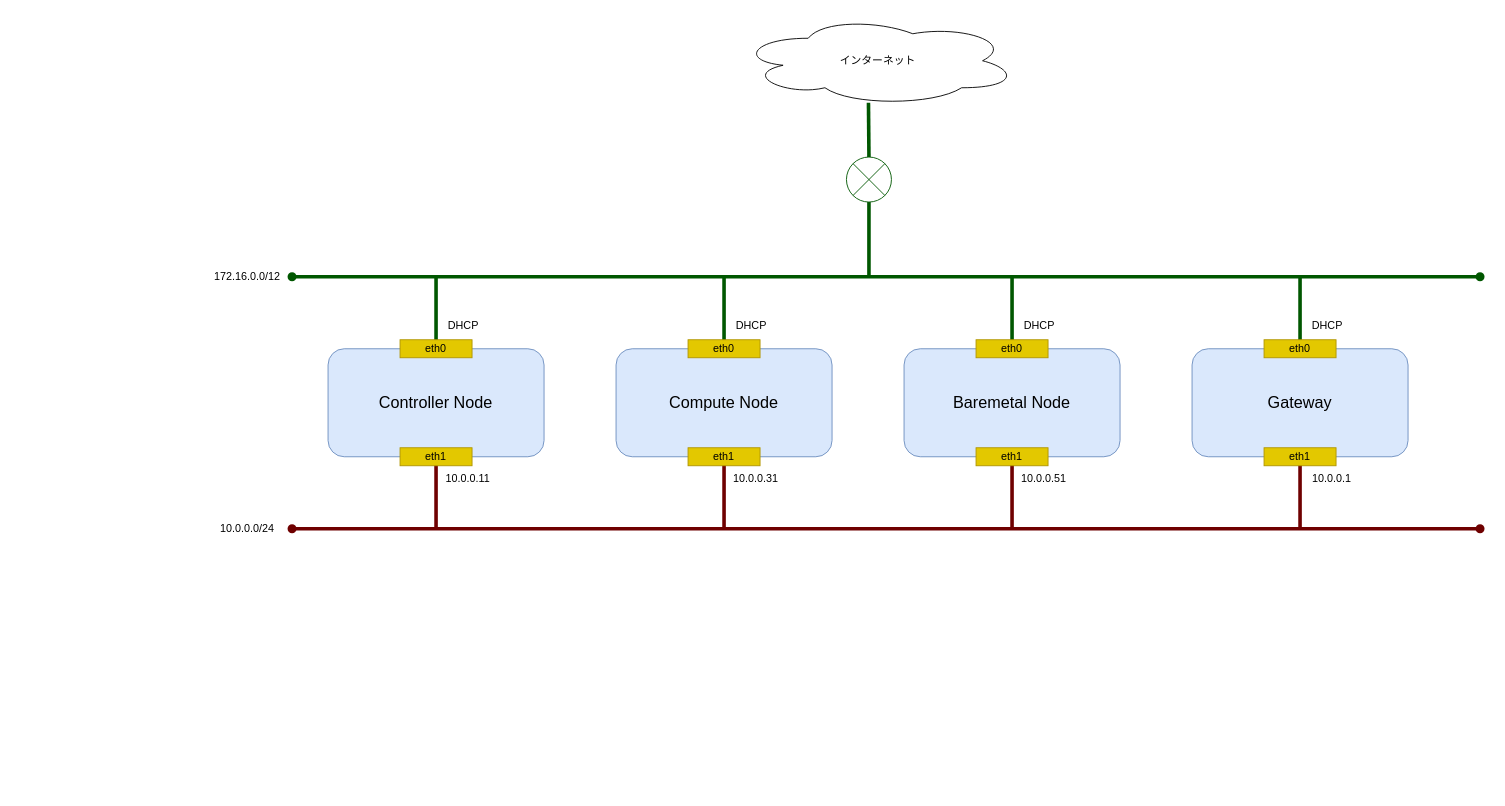
9506hqwy/openstack_study_notes keeps this draw.io diagram as _static/image/network_diagram.drawio. Above is the earlier version. Source tidied: cells renumbered, new cells numbered last; positions are measured from the earlier drawing's top-left corner, leaving out a move shared by most shapes. Both pictures are drawn from the tidied source at 90%, with x=0, y=0 at pixel (202, 15).
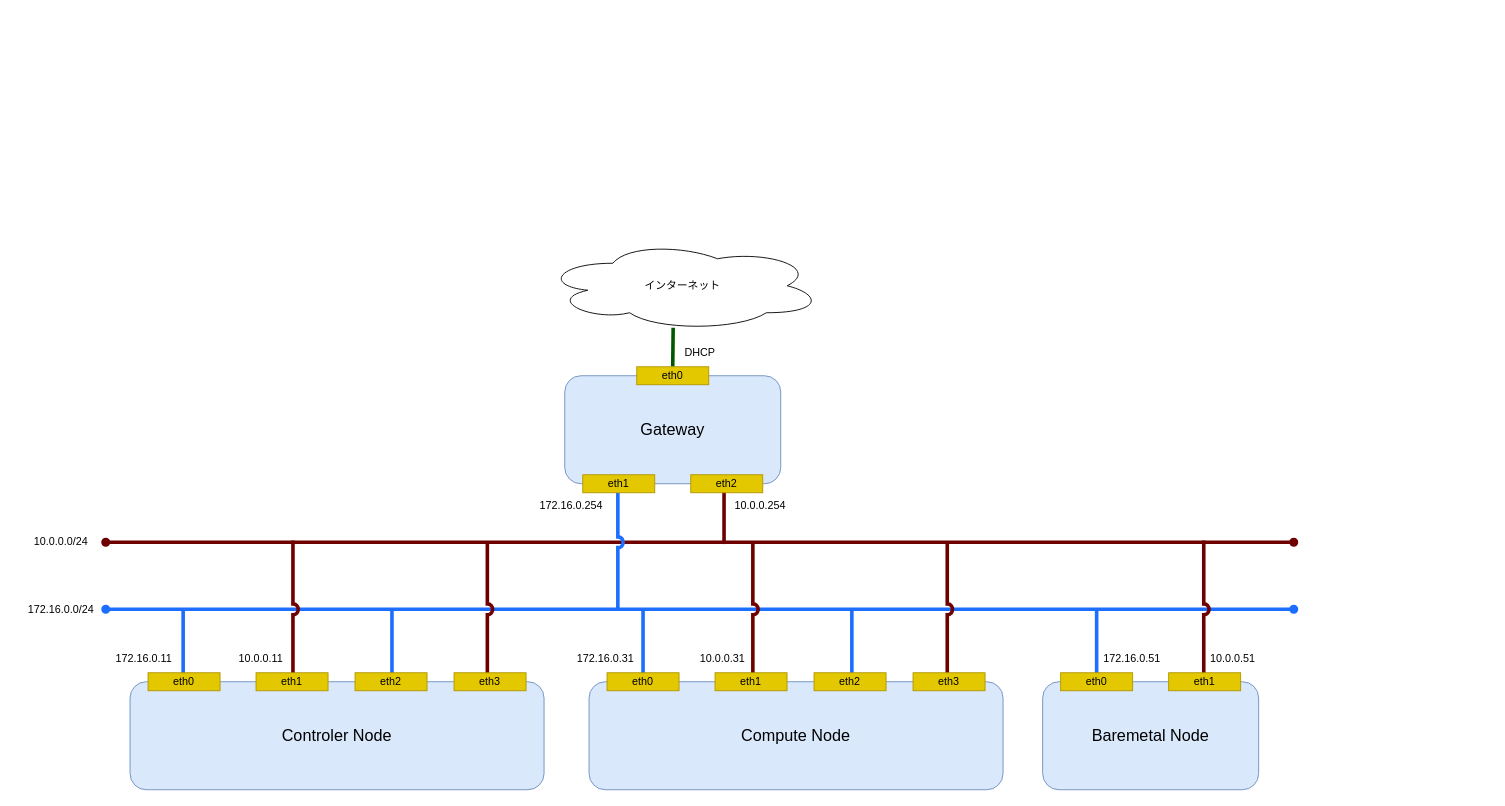
After the change.

Diff of the diagram source:
```diff
@@
     <mxCell id="2" style="endArrow=oval;html=1;rounded=0;startArrow=oval;startFill=1;endFill=1;strokeWidth=4;fillColor=#a20025;strokeColor=#6F0000;" parent="1" edge="1">
       <mxGeometry relative="1" as="geometry">
-        <mxPoint x="100" y="570" as="sourcePoint" />
-        <mxPoint x="1420" y="570" as="targetPoint" />
+        <mxPoint x="-107" y="585" as="sourcePoint" />
+        <mxPoint x="1213" y="585" as="targetPoint" />
       </mxGeometry>
     </mxCell>
-    <mxCell id="3" style="endArrow=oval;html=1;rounded=0;startArrow=oval;startFill=1;endFill=1;strokeWidth=4;fillColor=#008a00;strokeColor=#005700;" parent="1" edge="1">
-      <mxGeometry relative="1" as="geometry">
-        <mxPoint x="100" y="290" as="sourcePoint" />
-        <mxPoint x="1420" y="290" as="targetPoint" />
-      </mxGeometry>
-    </mxCell>
-    <mxCell id="4" value="172.16.0.0/12" style="text;html=1;align=center;verticalAlign=middle;strokeColor=none;fillColor=none;" parent="1" vertex="1">
-      <mxGeometry y="275" width="100" height="30" as="geometry" />
-    </mxCell>
     <mxCell id="5" value="10.0.0.0/24" style="text;html=1;align=center;verticalAlign=middle;strokeColor=none;fillColor=none;" parent="1" vertex="1">
-      <mxGeometry x="10" y="555" width="80" height="30" as="geometry" />
+      <mxGeometry x="-197" y="570" width="80" height="30" as="geometry" />
     </mxCell>
     <mxCell id="6" value="インターネット" style="ellipse;shape=cloud;whiteSpace=wrap;html=1;" parent="1" vertex="1">
-      <mxGeometry x="596" width="310" height="100" as="geometry" />
+      <mxGeometry x="379" y="250" width="310" height="100" as="geometry" />
     </mxCell>
-    <mxCell id="7" style="group;" parent="1" vertex="1">
-      <mxGeometry x="716" y="157" width="50" height="50" as="geometry" />
-    </mxCell>
-    <mxCell id="8" style="ellipse;whiteSpace=wrap;html=1;fillColor=none;fontColor=#ffffff;strokeColor=#005700;" parent="7" vertex="1">
-      <mxGeometry width="50" height="50" as="geometry" />
-    </mxCell>
-    <mxCell id="9" style="endArrow=none;html=1;rounded=0;exitX=0;exitY=1;exitDx=0;exitDy=0;entryX=1;entryY=0;entryDx=0;entryDy=0;fillColor=#008a00;strokeColor=#005700;" parent="7" edge="1" source="8" target="8">
-      <mxGeometry relative="1" as="geometry" />
-    </mxCell>
-    <mxCell id="10" style="endArrow=none;html=1;rounded=0;exitX=0;exitY=0;exitDx=0;exitDy=0;entryX=1;entryY=1;entryDx=0;entryDy=0;fillColor=#008a00;strokeColor=#005700;" parent="7" edge="1" source="8" target="8">
-      <mxGeometry relative="1" as="geometry" />
-    </mxCell>
-    <mxCell id="11" style="endArrow=none;html=1;rounded=0;startArrow=none;startFill=0;endFill=0;strokeWidth=4;fillColor=#008a00;strokeColor=#005700;exitX=0.5;exitY=1;exitDx=0;exitDy=0;" parent="1" edge="1" source="8">
-      <mxGeometry relative="1" as="geometry">
-        <mxPoint x="741" y="290" as="targetPoint" />
-      </mxGeometry>
-    </mxCell>
-    <mxCell id="12" style="endArrow=none;html=1;rounded=0;startArrow=none;startFill=0;endFill=0;strokeWidth=4;fillColor=#008a00;strokeColor=#005700;exitX=0.466;exitY=0.967;exitDx=0;exitDy=0;entryX=0.5;entryY=0;entryDx=0;entryDy=0;exitPerimeter=0;" parent="1" edge="1" source="6" target="8">
+    <mxCell id="12" style="endArrow=none;html=1;rounded=0;startArrow=none;startFill=0;endFill=0;strokeWidth=4;fillColor=#008a00;strokeColor=#005700;exitX=0.466;exitY=0.967;exitDx=0;exitDy=0;entryX=0.5;entryY=0;entryDx=0;entryDy=0;exitPerimeter=0;" parent="1" edge="1" source="6" target="27">
       <mxGeometry relative="1" as="geometry" />
     </mxCell>
-    <mxCell id="13" style="endArrow=none;html=1;rounded=0;startArrow=none;startFill=0;endFill=0;strokeWidth=4;fillColor=#008a00;strokeColor=#005700;exitX=0.5;exitY=1;exitDx=0;exitDy=0;" parent="1" edge="1">
-      <mxGeometry relative="1" as="geometry">
-        <mxPoint x="580" y="290" as="sourcePoint" />
-        <mxPoint x="580" y="370" as="targetPoint" />
-      </mxGeometry>
-    </mxCell>
-    <mxCell id="14" style="endArrow=none;html=1;rounded=0;startArrow=none;startFill=0;endFill=0;strokeWidth=4;fillColor=#008a00;strokeColor=#005700;exitX=0.5;exitY=1;exitDx=0;exitDy=0;" parent="1" edge="1">
-      <mxGeometry relative="1" as="geometry">
-        <mxPoint x="900" y="290" as="sourcePoint" />
-        <mxPoint x="900" y="370" as="targetPoint" />
-      </mxGeometry>
-    </mxCell>
-    <mxCell id="15" style="endArrow=none;html=1;rounded=0;startArrow=none;startFill=0;endFill=0;strokeWidth=4;fillColor=#008a00;strokeColor=#005700;exitX=0.5;exitY=1;exitDx=0;exitDy=0;" parent="1" edge="1">
-      <mxGeometry relative="1" as="geometry">
-        <mxPoint x="1220" y="290" as="sourcePoint" />
-        <mxPoint x="1220" y="370" as="targetPoint" />
-      </mxGeometry>
-    </mxCell>
-    <mxCell id="16" style="endArrow=none;html=1;rounded=0;startArrow=none;startFill=0;endFill=0;strokeWidth=4;fillColor=#a20025;strokeColor=#6F0000;exitX=0.5;exitY=1;exitDx=0;exitDy=0;" parent="1" edge="1">
-      <mxGeometry relative="1" as="geometry">
-        <mxPoint x="1220" y="490" as="sourcePoint" />
-        <mxPoint x="1220" y="570" as="targetPoint" />
-      </mxGeometry>
-    </mxCell>
-    <mxCell id="17" style="endArrow=none;html=1;rounded=0;startArrow=none;startFill=0;endFill=0;strokeWidth=4;fillColor=#a20025;strokeColor=#6F0000;exitX=0.5;exitY=1;exitDx=0;exitDy=0;" parent="1" edge="1">
-      <mxGeometry relative="1" as="geometry">
-        <mxPoint x="900" y="490" as="sourcePoint" />
-        <mxPoint x="900" y="570" as="targetPoint" />
-      </mxGeometry>
-    </mxCell>
-    <mxCell id="18" style="endArrow=none;html=1;rounded=0;startArrow=none;startFill=0;endFill=0;strokeWidth=4;fillColor=#a20025;strokeColor=#6F0000;exitX=0.5;exitY=1;exitDx=0;exitDy=0;" parent="1" edge="1">
-      <mxGeometry relative="1" as="geometry">
-        <mxPoint x="580" y="490" as="sourcePoint" />
-        <mxPoint x="580" y="570" as="targetPoint" />
-      </mxGeometry>
-    </mxCell>
-    <mxCell id="19" style="endArrow=none;html=1;rounded=0;startArrow=none;startFill=0;endFill=0;strokeWidth=4;fillColor=#008a00;strokeColor=#005700;exitX=0.5;exitY=1;exitDx=0;exitDy=0;" parent="1" edge="1">
-      <mxGeometry relative="1" as="geometry">
-        <mxPoint x="260" y="290" as="sourcePoint" />
-        <mxPoint x="260" y="370" as="targetPoint" />
-      </mxGeometry>
-    </mxCell>
-    <mxCell id="20" style="endArrow=none;html=1;rounded=0;startArrow=none;startFill=0;endFill=0;strokeWidth=4;fillColor=#a20025;strokeColor=#6F0000;exitX=0.5;exitY=1;exitDx=0;exitDy=0;" parent="1" edge="1">
-      <mxGeometry relative="1" as="geometry">
-        <mxPoint x="260" y="490" as="sourcePoint" />
-        <mxPoint x="260" y="570" as="targetPoint" />
-      </mxGeometry>
-    </mxCell>
+    <mxCell id="42" style="endArrow=oval;html=1;rounded=0;startArrow=oval;startFill=1;endFill=1;strokeWidth=4;fillColor=#a20025;strokeColor=#1C6EFF;" parent="1" edge="1">
+      <mxGeometry relative="1" as="geometry">
+        <mxPoint x="-107" y="659.5" as="sourcePoint" />
+        <mxPoint x="1213" y="659.5" as="targetPoint" />
+      </mxGeometry>
+    </mxCell>
+    <mxCell id="43" value="172.16.0.0/24" style="text;html=1;align=center;verticalAlign=middle;strokeColor=none;fillColor=none;" parent="1" vertex="1">
+      <mxGeometry x="-207" y="645" width="100" height="30" as="geometry" />
+    </mxCell>
+    <mxCell id="44" style="endArrow=none;html=1;rounded=0;startArrow=none;startFill=0;endFill=0;strokeWidth=4;fillColor=#a20025;strokeColor=#1C6EFF;jumpStyle=arc;" parent="1" edge="1">
+      <mxGeometry relative="1" as="geometry">
+        <mxPoint x="462" y="530" as="sourcePoint" />
+        <mxPoint x="462" y="660" as="targetPoint" />
+      </mxGeometry>
+    </mxCell>
+    <mxCell id="45" style="endArrow=none;html=1;rounded=0;startArrow=none;startFill=0;endFill=0;strokeWidth=4;fillColor=#a20025;strokeColor=#6F0000;jumpStyle=arc;" parent="1" edge="1">
+      <mxGeometry relative="1" as="geometry">
+        <mxPoint x="580" y="524" as="sourcePoint" />
+        <mxPoint x="580" y="587" as="targetPoint" />
+      </mxGeometry>
+    </mxCell>
+    <mxCell id="46" style="endArrow=none;html=1;rounded=0;startArrow=none;startFill=0;endFill=0;strokeWidth=4;fillColor=#a20025;strokeColor=#1C6EFF;jumpStyle=arc;" parent="1" edge="1">
+      <mxGeometry relative="1" as="geometry">
+        <mxPoint x="-21" y="660" as="sourcePoint" />
+        <mxPoint x="-21" y="740" as="targetPoint" />
+      </mxGeometry>
+    </mxCell>
+    <mxCell id="47" style="endArrow=none;html=1;rounded=0;startArrow=none;startFill=0;endFill=0;strokeWidth=4;fillColor=#a20025;strokeColor=#1C6EFF;jumpStyle=arc;" parent="1" edge="1">
+      <mxGeometry relative="1" as="geometry">
+        <mxPoint x="211" y="660" as="sourcePoint" />
+        <mxPoint x="211" y="740" as="targetPoint" />
+      </mxGeometry>
+    </mxCell>
+    <mxCell id="48" style="endArrow=none;html=1;rounded=0;startArrow=none;startFill=0;endFill=0;strokeWidth=4;fillColor=#a20025;strokeColor=#6F0000;jumpStyle=arc;" parent="1" edge="1">
+      <mxGeometry relative="1" as="geometry">
+        <mxPoint x="317" y="586" as="sourcePoint" />
+        <mxPoint x="317" y="740" as="targetPoint" />
+      </mxGeometry>
+    </mxCell>
+    <mxCell id="49" style="endArrow=none;html=1;rounded=0;startArrow=none;startFill=0;endFill=0;strokeWidth=4;fillColor=#a20025;strokeColor=#6F0000;jumpStyle=arc;" parent="1" edge="1">
+      <mxGeometry relative="1" as="geometry">
+        <mxPoint x="101" y="583" as="sourcePoint" />
+        <mxPoint x="101" y="737" as="targetPoint" />
+      </mxGeometry>
+    </mxCell>
+    <mxCell id="50" style="endArrow=none;html=1;rounded=0;startArrow=none;startFill=0;endFill=0;strokeWidth=4;fillColor=#a20025;strokeColor=#1C6EFF;jumpStyle=arc;" parent="1" edge="1">
+      <mxGeometry relative="1" as="geometry">
+        <mxPoint x="490" y="658.5" as="sourcePoint" />
+        <mxPoint x="490" y="738.5" as="targetPoint" />
+      </mxGeometry>
+    </mxCell>
+    <mxCell id="51" style="endArrow=none;html=1;rounded=0;startArrow=none;startFill=0;endFill=0;strokeWidth=4;fillColor=#a20025;strokeColor=#1C6EFF;jumpStyle=arc;" parent="1" edge="1">
+      <mxGeometry relative="1" as="geometry">
+        <mxPoint x="722" y="658.5" as="sourcePoint" />
+        <mxPoint x="722" y="738.5" as="targetPoint" />
+      </mxGeometry>
+    </mxCell>
+    <mxCell id="52" style="endArrow=none;html=1;rounded=0;startArrow=none;startFill=0;endFill=0;strokeWidth=4;fillColor=#a20025;strokeColor=#6F0000;jumpStyle=arc;" parent="1" edge="1">
+      <mxGeometry relative="1" as="geometry">
+        <mxPoint x="828" y="584.5" as="sourcePoint" />
+        <mxPoint x="828" y="738.5" as="targetPoint" />
+      </mxGeometry>
+    </mxCell>
+    <mxCell id="53" style="endArrow=none;html=1;rounded=0;startArrow=none;startFill=0;endFill=0;strokeWidth=4;fillColor=#a20025;strokeColor=#6F0000;jumpStyle=arc;" parent="1" edge="1">
+      <mxGeometry relative="1" as="geometry">
+        <mxPoint x="612" y="583.5" as="sourcePoint" />
+        <mxPoint x="612" y="737.5" as="targetPoint" />
+      </mxGeometry>
+    </mxCell>
+    <mxCell id="54" style="endArrow=none;html=1;rounded=0;startArrow=none;startFill=0;endFill=0;strokeWidth=4;fillColor=#a20025;strokeColor=#1C6EFF;jumpStyle=arc;" parent="1" edge="1">
+      <mxGeometry relative="1" as="geometry">
+        <mxPoint x="994" y="660" as="sourcePoint" />
+        <mxPoint x="994" y="740" as="targetPoint" />
+      </mxGeometry>
+    </mxCell>
+    <mxCell id="55" style="endArrow=none;html=1;rounded=0;startArrow=none;startFill=0;endFill=0;strokeWidth=4;fillColor=#a20025;strokeColor=#6F0000;jumpStyle=arc;" parent="1" edge="1">
+      <mxGeometry relative="1" as="geometry">
+        <mxPoint x="1113" y="583" as="sourcePoint" />
+        <mxPoint x="1113" y="737" as="targetPoint" />
+      </mxGeometry>
+    </mxCell>
@@
-    <mxCell id="22" value="&lt;font style=&quot;font-size: 18px;&quot;&gt;Controller Node&lt;/font&gt;" style="rounded=1;whiteSpace=wrap;html=1;fillColor=#dae8fc;strokeColor=#6c8ebf;" parent="21" vertex="1">
-      <mxGeometry x="140" y="370" width="240" height="120" as="geometry" />
-    </mxCell>
     <mxCell id="23" value="&lt;font style=&quot;font-size: 18px;&quot;&gt;Compute Node&lt;/font&gt;" style="rounded=1;whiteSpace=wrap;html=1;fillColor=#dae8fc;strokeColor=#6c8ebf;" parent="21" vertex="1">
-      <mxGeometry x="460" y="370" width="240" height="120" as="geometry" />
+      <mxGeometry x="430" y="740" width="460" height="120" as="geometry" />
     </mxCell>
     <mxCell id="24" value="&lt;div style=&quot;font-size: 18px;&quot;&gt;&lt;font style=&quot;font-size: 18px;&quot;&gt;Gateway&lt;/font&gt;&lt;/div&gt;" style="rounded=1;whiteSpace=wrap;html=1;fillColor=#dae8fc;strokeColor=#6c8ebf;" parent="21" vertex="1">
-      <mxGeometry x="1100" y="370" width="240" height="120" as="geometry" />
+      <mxGeometry x="403" y="400" width="240" height="120" as="geometry" />
     </mxCell>
-    <mxCell id="25" value="eth1" style="rounded=0;whiteSpace=wrap;html=1;fillColor=#e3c800;fontColor=#000000;strokeColor=#B09500;" parent="21" vertex="1">
-      <mxGeometry x="220" y="480" width="80" height="20" as="geometry" />
-    </mxCell>
     <mxCell id="26" value="eth1" style="rounded=0;whiteSpace=wrap;html=1;fillColor=#e3c800;fontColor=#000000;strokeColor=#B09500;" parent="21" vertex="1">
-      <mxGeometry x="540" y="480" width="80" height="20" as="geometry" />
+      <mxGeometry x="570" y="730" width="80" height="20" as="geometry" />
     </mxCell>
     <mxCell id="27" value="eth0" style="rounded=0;whiteSpace=wrap;html=1;fillColor=#e3c800;fontColor=#000000;strokeColor=#B09500;" parent="21" vertex="1">
-      <mxGeometry x="1180" y="360" width="80" height="20" as="geometry" />
+      <mxGeometry x="483" y="390" width="80" height="20" as="geometry" />
     </mxCell>
     <mxCell id="28" value="eth1" style="rounded=0;whiteSpace=wrap;html=1;fillColor=#e3c800;fontColor=#000000;strokeColor=#B09500;" parent="21" vertex="1">
-      <mxGeometry x="1180" y="480" width="80" height="20" as="geometry" />
+      <mxGeometry x="423" y="510" width="80" height="20" as="geometry" />
     </mxCell>
     <mxCell id="29" value="eth0" style="rounded=0;whiteSpace=wrap;html=1;fillColor=#e3c800;fontColor=#000000;strokeColor=#B09500;" parent="21" vertex="1">
-      <mxGeometry x="540" y="360" width="80" height="20" as="geometry" />
+      <mxGeometry x="450" y="730" width="80" height="20" as="geometry" />
     </mxCell>
-    <mxCell id="30" value="eth0" style="rounded=0;whiteSpace=wrap;html=1;fillColor=#e3c800;fontColor=#000000;strokeColor=#B09500;" parent="21" vertex="1">
-      <mxGeometry x="220" y="360" width="80" height="20" as="geometry" />
-    </mxCell>
-    <mxCell id="31" value="10.0.0.11" style="text;html=1;align=center;verticalAlign=middle;strokeColor=none;fillColor=none;" parent="21" vertex="1">
-      <mxGeometry x="260" y="500" width="70" height="30" as="geometry" />
-    </mxCell>
     <mxCell id="32" value="10.0.0.31" style="text;html=1;align=center;verticalAlign=middle;strokeColor=none;fillColor=none;" parent="21" vertex="1">
-      <mxGeometry x="580" y="500" width="70" height="30" as="geometry" />
+      <mxGeometry x="543" y="700" width="70" height="30" as="geometry" />
     </mxCell>
-    <mxCell id="33" value="10.0.0.1" style="text;html=1;align=center;verticalAlign=middle;strokeColor=none;fillColor=none;" parent="21" vertex="1">
-      <mxGeometry x="1220" y="500" width="70" height="30" as="geometry" />
+    <mxCell id="33" value="10.0.0.254" style="text;html=1;align=center;verticalAlign=middle;strokeColor=none;fillColor=none;" parent="21" vertex="1">
+      <mxGeometry x="580" y="530" width="80" height="30" as="geometry" />
     </mxCell>
-    <mxCell id="34" value="DHCP" style="text;html=1;align=center;verticalAlign=middle;strokeColor=none;fillColor=none;" parent="21" vertex="1">
-      <mxGeometry x="260" y="330" width="60" height="30" as="geometry" />
-    </mxCell>
-    <mxCell id="35" value="DHCP" style="text;html=1;align=center;verticalAlign=middle;strokeColor=none;fillColor=none;" parent="21" vertex="1">
-      <mxGeometry x="580" y="330" width="60" height="30" as="geometry" />
-    </mxCell>
     <mxCell id="36" value="DHCP" style="text;html=1;align=center;verticalAlign=middle;strokeColor=none;fillColor=none;" parent="21" vertex="1">
-      <mxGeometry x="1220" y="330" width="60" height="30" as="geometry" />
+      <mxGeometry x="523" y="360" width="60" height="30" as="geometry" />
     </mxCell>
     <mxCell id="37" value="&lt;font style=&quot;font-size: 18px;&quot;&gt;Baremetal Node&lt;/font&gt;" style="rounded=1;whiteSpace=wrap;html=1;fillColor=#dae8fc;strokeColor=#6c8ebf;" parent="21" vertex="1">
-      <mxGeometry x="780" y="370" width="240" height="120" as="geometry" />
+      <mxGeometry x="934" y="740" width="240" height="120" as="geometry" />
     </mxCell>
     <mxCell id="38" value="eth1" style="rounded=0;whiteSpace=wrap;html=1;fillColor=#e3c800;fontColor=#000000;strokeColor=#B09500;" parent="21" vertex="1">
-      <mxGeometry x="860" y="480" width="80" height="20" as="geometry" />
+      <mxGeometry x="1074" y="730" width="80" height="20" as="geometry" />
     </mxCell>
     <mxCell id="39" value="eth0" style="rounded=0;whiteSpace=wrap;html=1;fillColor=#e3c800;fontColor=#000000;strokeColor=#B09500;" parent="21" vertex="1">
-      <mxGeometry x="860" y="360" width="80" height="20" as="geometry" />
+      <mxGeometry x="954" y="730" width="80" height="20" as="geometry" />
     </mxCell>
     <mxCell id="40" value="10.0.0.51" style="text;html=1;align=center;verticalAlign=middle;strokeColor=none;fillColor=none;" parent="21" vertex="1">
-      <mxGeometry x="900" y="500" width="70" height="30" as="geometry" />
+      <mxGeometry x="1110" y="700" width="70" height="30" as="geometry" />
     </mxCell>
-    <mxCell id="41" value="DHCP" style="text;html=1;align=center;verticalAlign=middle;strokeColor=none;fillColor=none;" parent="21" vertex="1">
-      <mxGeometry x="900" y="330" width="60" height="30" as="geometry" />
-    </mxCell>
+    <mxCell id="56" value="eth2" style="rounded=0;whiteSpace=wrap;html=1;fillColor=#e3c800;fontColor=#000000;strokeColor=#B09500;" parent="21" vertex="1">
+      <mxGeometry x="543" y="510" width="80" height="20" as="geometry" />
+    </mxCell>
+    <mxCell id="57" value="172.16.0.254" style="text;html=1;align=center;verticalAlign=middle;strokeColor=none;fillColor=none;" parent="21" vertex="1">
+      <mxGeometry x="360" y="530" width="100" height="30" as="geometry" />
+    </mxCell>
+    <mxCell id="58" value="eth2" style="rounded=0;whiteSpace=wrap;html=1;fillColor=#e3c800;fontColor=#000000;strokeColor=#B09500;" parent="21" vertex="1">
+      <mxGeometry x="680" y="730" width="80" height="20" as="geometry" />
+    </mxCell>
+    <mxCell id="59" value="&lt;div&gt;eth3&lt;/div&gt;" style="rounded=0;whiteSpace=wrap;html=1;fillColor=#e3c800;fontColor=#000000;strokeColor=#B09500;" parent="21" vertex="1">
+      <mxGeometry x="790" y="730" width="80" height="20" as="geometry" />
+    </mxCell>
+    <mxCell id="60" value="&lt;font style=&quot;font-size: 18px;&quot;&gt;Controler Node&lt;/font&gt;" style="rounded=1;whiteSpace=wrap;html=1;fillColor=#dae8fc;strokeColor=#6c8ebf;" parent="21" vertex="1">
+      <mxGeometry x="-80" y="740" width="460" height="120" as="geometry" />
+    </mxCell>
+    <mxCell id="25" value="eth1" style="rounded=0;whiteSpace=wrap;html=1;fillColor=#e3c800;fontColor=#000000;strokeColor=#B09500;" parent="21" vertex="1">
+      <mxGeometry x="60" y="730" width="80" height="20" as="geometry" />
+    </mxCell>
+    <mxCell id="30" value="eth0" style="rounded=0;whiteSpace=wrap;html=1;fillColor=#e3c800;fontColor=#000000;strokeColor=#B09500;" parent="21" vertex="1">
+      <mxGeometry x="-60" y="730" width="80" height="20" as="geometry" />
+    </mxCell>
+    <mxCell id="61" value="172.16.0.11" style="text;html=1;align=center;verticalAlign=middle;strokeColor=none;fillColor=none;" parent="21" vertex="1">
+      <mxGeometry x="-110" y="700" width="90" height="30" as="geometry" />
+    </mxCell>
+    <mxCell id="62" value="eth2" style="rounded=0;whiteSpace=wrap;html=1;fillColor=#e3c800;fontColor=#000000;strokeColor=#B09500;" parent="21" vertex="1">
+      <mxGeometry x="170" y="730" width="80" height="20" as="geometry" />
+    </mxCell>
+    <mxCell id="63" value="&lt;div&gt;eth3&lt;/div&gt;" style="rounded=0;whiteSpace=wrap;html=1;fillColor=#e3c800;fontColor=#000000;strokeColor=#B09500;" parent="21" vertex="1">
+      <mxGeometry x="280" y="730" width="80" height="20" as="geometry" />
+    </mxCell>
+    <mxCell id="31" value="10.0.0.11" style="text;html=1;align=center;verticalAlign=middle;strokeColor=none;fillColor=none;" parent="21" vertex="1">
+      <mxGeometry x="30" y="700" width="70" height="30" as="geometry" />
+    </mxCell>
+    <mxCell id="64" value="172.16.0.31" style="text;html=1;align=center;verticalAlign=middle;strokeColor=none;fillColor=none;" parent="21" vertex="1">
+      <mxGeometry x="403" y="700" width="90" height="30" as="geometry" />
+    </mxCell>
+    <mxCell id="65" value="172.16.0.51" style="text;html=1;align=center;verticalAlign=middle;strokeColor=none;fillColor=none;" parent="21" vertex="1">
+      <mxGeometry x="988" y="700" width="90" height="30" as="geometry" />
+    </mxCell>
```
